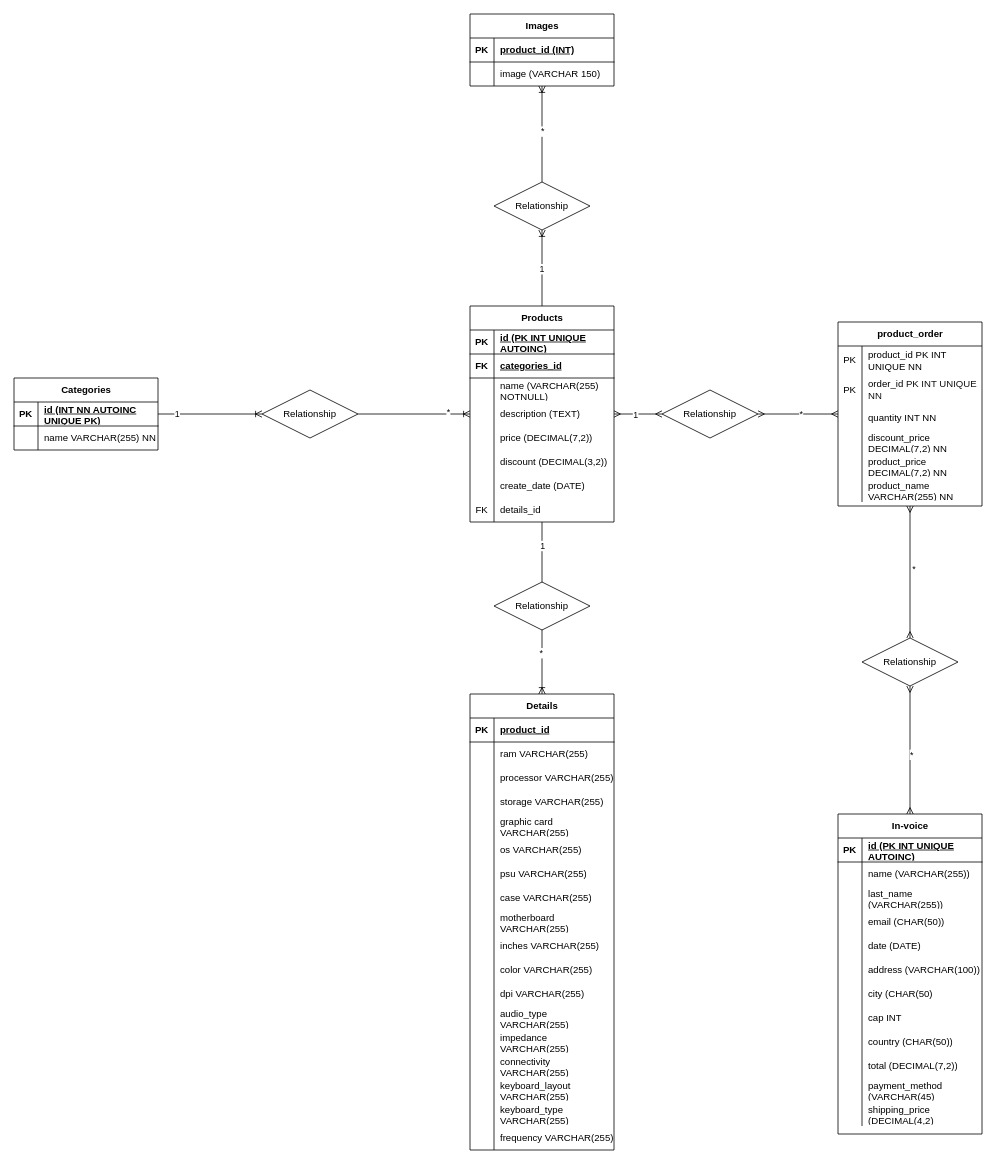
Before: data_schemas/diagramma.drawio in matcir/BoolCore-backend, a draw.io diagram. Source tidied: cells renumbered, new cells numbered last; positions are measured from the earlier drawing's top-left corner, leaving out a move shared by most shapes. Both pictures are drawn from the tidied source at 80%, with x=0, y=0 at pixel (14, 14).
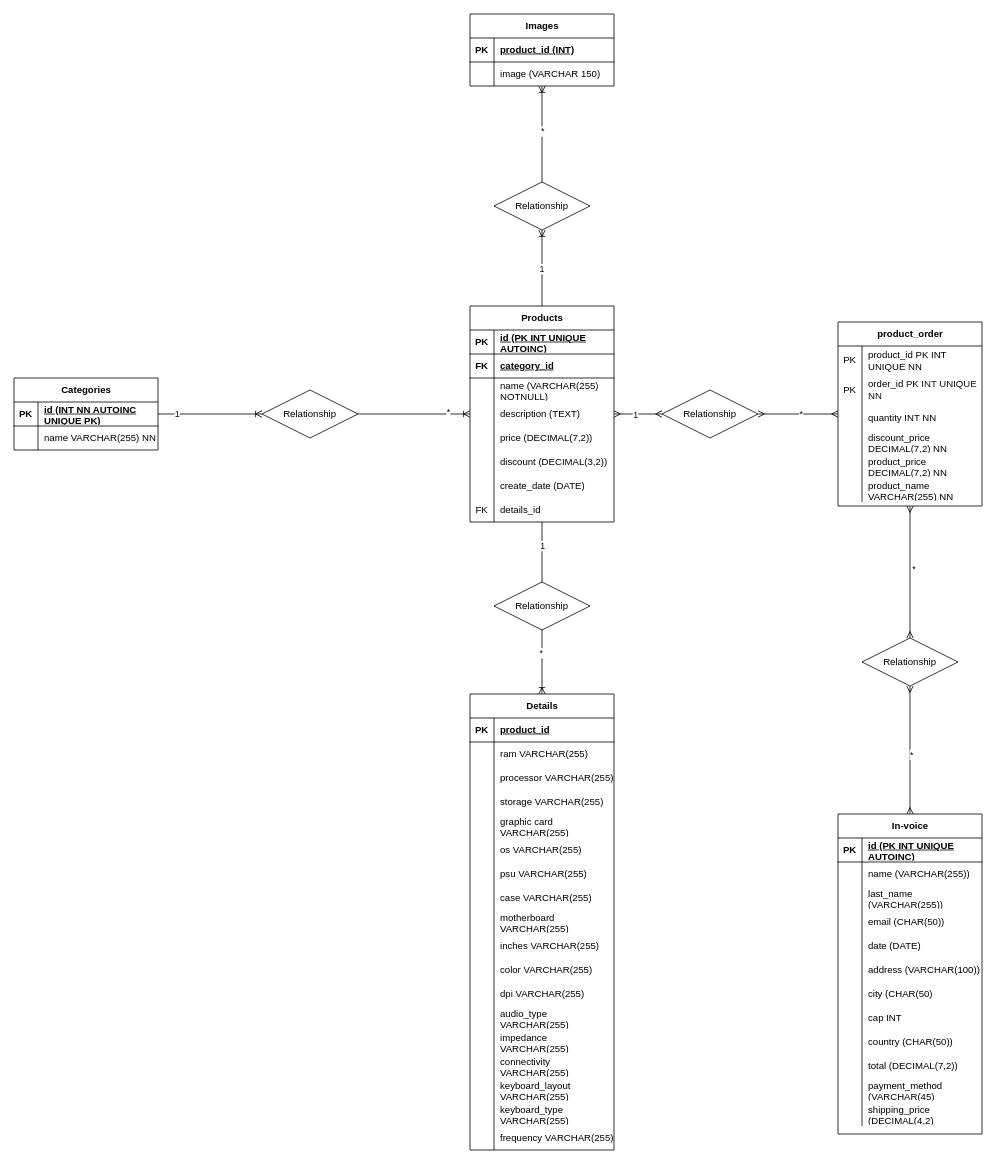
After the change.

Commit message (it also covers changes not shown here):
Fix diagram dimensions and update field name in data schema

Unchanged cells that the change refers to:
```xml
<mxCell id="43" style="shape=tableRow;horizontal=0;startSize=0;swimlaneHead=0;swimlaneBody=0;fillColor=none;top=0;left=0;right=0;bottom=1;" parent="39" vertex="1">
  <mxGeometry y="60" width="180" height="30" as="geometry" />
</mxCell>
```

The edit, as a diff of the source:
```diff
@@
-    <mxCell id="45" value="categories_id" style="shape=partialRectangle;fillColor=none;top=0;left=0;bottom=0;right=0;align=left;spacingLeft=6;fontStyle=5;overflow=hidden;whiteSpace=wrap;html=1;" parent="43" vertex="1">
+    <mxCell id="45" value="category_id" style="shape=partialRectangle;fillColor=none;top=0;left=0;bottom=0;right=0;align=left;spacingLeft=6;fontStyle=5;overflow=hidden;whiteSpace=wrap;html=1;" parent="43" vertex="1">
       <mxGeometry x="30" width="150" height="30" as="geometry" />
     </mxCell>
```
